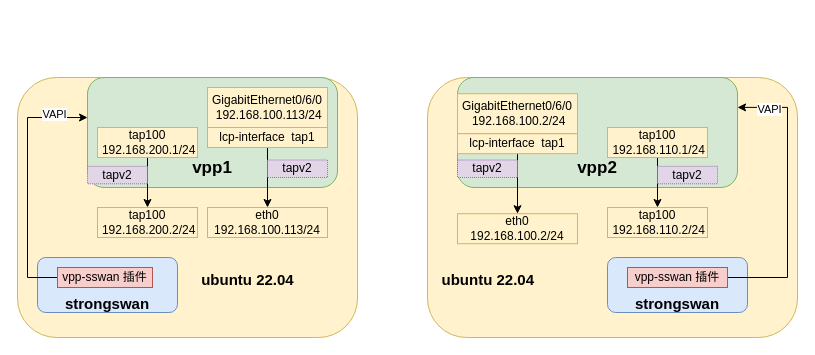
Before: new_map/strongswan-vpp.drawio in jin13417/dpdk-vpp-learning, a draw.io diagram. Source tidied: cells renumbered, new cells numbered last; positions are measured from the earlier drawing's top-left corner, leaving out a move shared by most shapes. Both pictures are drawn from the tidied source at 100%, with x=0, y=0 at pixel (17, 77).
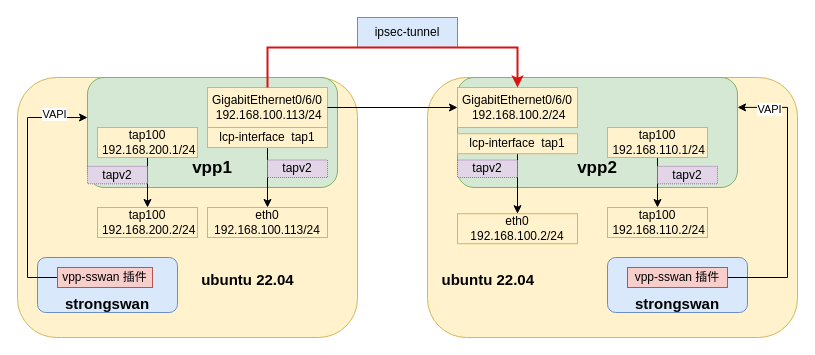
After the change.

The change refers to these unchanged cells:
```xml
<mxCell id="5" value="&lt;div&gt;GigabitEthernet0/6/0 &lt;span style=&quot;background-color: initial;&quot;&gt;&amp;nbsp;192.168.100.113/24&lt;/span&gt;&lt;/div&gt;" style="text;html=1;strokeColor=#d6b656;fillColor=#fff2cc;align=center;verticalAlign=middle;whiteSpace=wrap;rounded=0;" parent="1" vertex="1">
  <mxGeometry x="190" y="10" width="120" height="40" as="geometry" />
</mxCell>
```

What changed in the source:
```diff
@@
     <mxCell id="20" value="&lt;div&gt;GigabitEthernet0/6/0 &lt;span style=&quot;background-color: initial;&quot;&gt;&amp;nbsp;192.168.100.2/24&lt;/span&gt;&lt;/div&gt;" style="text;html=1;strokeColor=#d6b656;fillColor=#fff2cc;align=center;verticalAlign=middle;whiteSpace=wrap;rounded=0;" parent="1" vertex="1">
-      <mxGeometry x="440" y="16.2" width="120" height="40" as="geometry" />
+      <mxGeometry x="440" y="10" width="120" height="40" as="geometry" />
     </mxCell>
@@
+    <mxCell id="32" style="edgeStyle=orthogonalEdgeStyle;rounded=0;jettySize=auto;html=1;exitX=1;exitY=0.5;exitDx=0;exitDy=0;entryX=0;entryY=0.5;entryDx=0;entryDy=0;" parent="1" edge="1" source="5" target="20">
+      <mxGeometry relative="1" as="geometry" />
+    </mxCell>
+    <mxCell id="33" value="ipsec-tunnel" style="text;html=1;strokeColor=#6c8ebf;fillColor=#dae8fc;align=center;verticalAlign=middle;whiteSpace=wrap;rounded=0;" parent="1" vertex="1">
+      <mxGeometry x="340" y="-60" width="100" height="30" as="geometry" />
+    </mxCell>
+    <mxCell id="34" style="edgeStyle=orthogonalEdgeStyle;rounded=0;jettySize=auto;html=1;exitX=0.5;exitY=0;exitDx=0;exitDy=0;entryX=0.5;entryY=0;entryDx=0;entryDy=0;strokeWidth=2;strokeColor=#d71414;" parent="1" edge="1" source="5" target="20">
+      <mxGeometry relative="1" as="geometry">
+        <Array as="points">
+          <mxPoint x="250" y="-30" />
+          <mxPoint x="500" y="-30" />
+        </Array>
+      </mxGeometry>
+    </mxCell>
```
